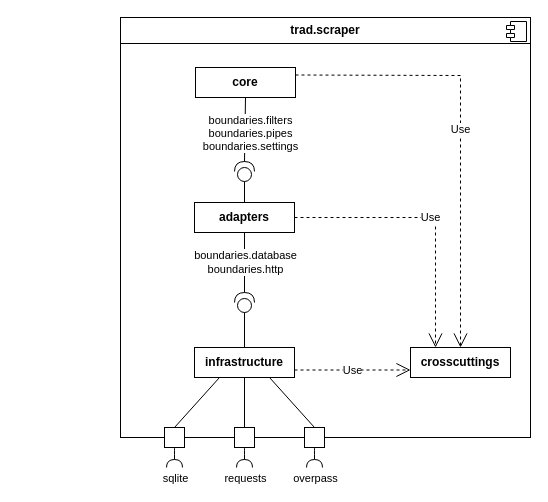
The draw.io diagram doc/architecture/scraper/bbview_level2.drawio in aardjon/trad, before the edit. Source tidied: cells renumbered, new cells numbered last; positions are measured from the earlier drawing's top-left corner, leaving out a move shared by most shapes. Both pictures are drawn from the tidied source at 100%, with x=0, y=0 at pixel (120, 17).
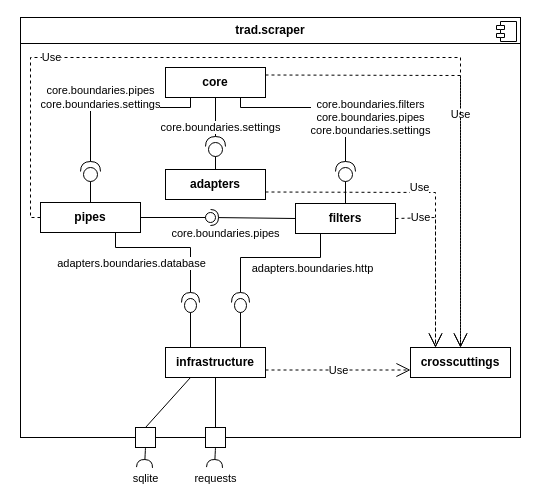
The same page after the edit.

Unchanged cells that the change refers to:
```xml
<mxCell id="4" value="crosscuttings" style="html=1;whiteSpace=wrap;fontStyle=1;" parent="1" vertex="1">
  <mxGeometry x="290" y="330" width="100" height="30" as="geometry" />
</mxCell>
```

Diff of the diagram source:
```diff
@@
     <mxCell id="2" value="&lt;p style=&quot;margin:0px;margin-top:6px;text-align:center;&quot;&gt;&lt;b&gt;trad.scraper&lt;/b&gt;&lt;/p&gt;&lt;hr size=&quot;1&quot; style=&quot;border-style:solid;&quot;&gt;&lt;p style=&quot;margin:0px;margin-left:8px;&quot;&gt;&lt;br&gt;&lt;/p&gt;" style="align=left;overflow=fill;html=1;whiteSpace=wrap;" parent="1" vertex="1">
-      <mxGeometry width="410" height="420" as="geometry" />
+      <mxGeometry x="-100" width="500" height="420" as="geometry" />
     </mxCell>
@@
     <mxCell id="5" value="core" style="html=1;whiteSpace=wrap;fontStyle=1;" parent="1" vertex="1">
-      <mxGeometry x="75" y="50" width="100" height="30" as="geometry" />
+      <mxGeometry x="45" y="50" width="100" height="30" as="geometry" />
     </mxCell>
     <mxCell id="6" value="adapters" style="html=1;whiteSpace=wrap;fontStyle=1;" parent="1" vertex="1">
-      <mxGeometry x="74" y="185" width="100" height="30" as="geometry" />
+      <mxGeometry x="45" y="152" width="100" height="30" as="geometry" />
     </mxCell>
     <mxCell id="7" value="infrastructure" style="html=1;whiteSpace=wrap;fontStyle=1;" parent="1" vertex="1">
-      <mxGeometry x="74" y="330" width="100" height="30" as="geometry" />
+      <mxGeometry x="45" y="330" width="100" height="30" as="geometry" />
     </mxCell>
@@
-    <mxCell id="9" value="Use" style="endArrow=open;endSize=12;dashed=1;html=1;rounded=0;exitX=1;exitY=0.5;exitDx=0;exitDy=0;entryX=0.25;entryY=0;entryDx=0;entryDy=0;" parent="1" edge="1" source="6" target="4">
-      <mxGeometry relative="1" as="geometry">
+    <mxCell id="9" value="Use" style="endArrow=open;endSize=12;dashed=1;html=1;rounded=0;exitX=1;exitY=0.75;exitDx=0;exitDy=0;entryX=0.25;entryY=0;entryDx=0;entryDy=0;" parent="1" edge="1" source="6" target="4">
+      <mxGeometry x="-0.05" y="5" relative="1" as="geometry">
         <Array as="points">
-          <mxPoint x="315" y="200" />
+          <mxPoint x="315" y="175" />
         </Array>
       </mxGeometry>
     </mxCell>
@@
     <mxCell id="11" style="shape=providedRequiredInterface;html=1;verticalLabelPosition=bottom;sketch=0;rotation=-90;" parent="1" vertex="1">
-      <mxGeometry x="114" y="144" width="20" height="20" as="geometry" />
+      <mxGeometry x="85" y="119" width="20" height="20" as="geometry" />
     </mxCell>
-    <mxCell id="12" value="boundaries.filters&lt;div&gt;boundaries.pipes&lt;br&gt;boundaries.settings&lt;/div&gt;" style="endArrow=none;html=1;rounded=0;entryX=0.5;entryY=1;entryDx=0;entryDy=0;exitX=1;exitY=0.5;exitDx=0;exitDy=0;exitPerimeter=0;" parent="1" edge="1" source="11" target="5">
-      <mxGeometry x="-0.13" y="-6" relative="1" as="geometry" />
+    <mxCell id="12" value="&lt;div&gt;core.boundaries.settings&lt;br&gt;&lt;/div&gt;" style="endArrow=none;html=1;rounded=0;entryX=0.5;entryY=1;entryDx=0;entryDy=0;exitX=1;exitY=0.5;exitDx=0;exitDy=0;exitPerimeter=0;" parent="1" edge="1" source="11" target="5">
+      <mxGeometry x="-0.54" y="-5" relative="1" as="geometry" />
     </mxCell>
@@
     <mxCell id="14" style="shape=providedRequiredInterface;html=1;verticalLabelPosition=bottom;sketch=0;direction=south;rotation=-180;" parent="1" vertex="1">
-      <mxGeometry x="114" y="275" width="20" height="20" as="geometry" />
+      <mxGeometry x="61" y="275" width="18" height="20" as="geometry" />
     </mxCell>
-    <mxCell id="15" style="endArrow=none;html=1;rounded=0;entryX=0;entryY=0.5;entryDx=0;entryDy=0;entryPerimeter=0;exitX=0.5;exitY=0;exitDx=0;exitDy=0;" parent="1" edge="1" source="7" target="14">
+    <mxCell id="15" style="endArrow=none;html=1;rounded=0;entryX=0;entryY=0.5;entryDx=0;entryDy=0;entryPerimeter=0;exitX=0.25;exitY=0;exitDx=0;exitDy=0;" parent="1" edge="1" source="7" target="14">
       <mxGeometry relative="1" as="geometry" />
     </mxCell>
-    <mxCell id="16" style="endArrow=none;html=1;rounded=0;exitX=1;exitY=0.5;exitDx=0;exitDy=0;exitPerimeter=0;entryX=0.5;entryY=1;entryDx=0;entryDy=0;" parent="1" edge="1" source="14" target="6">
-      <mxGeometry relative="1" as="geometry" />
+    <mxCell id="16" style="endArrow=none;html=1;rounded=0;exitX=1;exitY=0.5;exitDx=0;exitDy=0;exitPerimeter=0;entryX=0.75;entryY=1;entryDx=0;entryDy=0;" parent="1" edge="1" source="14" target="32">
+      <mxGeometry relative="1" as="geometry">
+        <Array as="points">
+          <mxPoint x="70" y="230" />
+          <mxPoint x="-5" y="230" />
+        </Array>
+      </mxGeometry>
     </mxCell>
-    <mxCell id="17" value="boundaries.database&lt;br&gt;boundaries.http" style="edgeLabel;html=1;align=center;verticalAlign=middle;" parent="16" vertex="1">
+    <mxCell id="17" value="adapters.boundaries.database" style="edgeLabel;html=1;align=center;verticalAlign=middle;" parent="16" vertex="1">
       <mxGeometry x="-0.23" relative="1" as="geometry">
-        <mxPoint y="-8" as="offset" />
+        <mxPoint x="-53" y="15" as="offset" />
       </mxGeometry>
     </mxCell>
     <mxCell id="18" style="rounded=0;jettySize=auto;html=1;endArrow=halfCircle;endFill=0;endSize=6;strokeWidth=1;sketch=0;fontSize=12;curved=1;exitX=0.5;exitY=1;exitDx=0;exitDy=0;" parent="1" edge="1" source="21">
       <mxGeometry x="1" y="10" relative="1" as="geometry">
-        <mxPoint x="54" y="450" as="targetPoint" />
+        <mxPoint x="24" y="450" as="targetPoint" />
         <mxPoint x="-10" y="10" as="offset" />
       </mxGeometry>
     </mxCell>
@@
     <mxCell id="21" style="whiteSpace=wrap;html=1;" parent="1" vertex="1">
-      <mxGeometry x="44" y="410" width="20" height="20" as="geometry" />
+      <mxGeometry x="15" y="410" width="20" height="20" as="geometry" />
     </mxCell>
     <mxCell id="22" style="rounded=0;jettySize=auto;html=1;endArrow=halfCircle;endFill=0;endSize=6;strokeWidth=1;sketch=0;fontSize=12;curved=1;exitX=0.5;exitY=1;exitDx=0;exitDy=0;" parent="1" edge="1" source="24">
       <mxGeometry x="1" y="10" relative="1" as="geometry">
-        <mxPoint x="124" y="450" as="targetPoint" />
+        <mxPoint x="94" y="450" as="targetPoint" />
         <mxPoint x="-10" y="10" as="offset" />
       </mxGeometry>
     </mxCell>
@@
     <mxCell id="24" style="whiteSpace=wrap;html=1;" parent="1" vertex="1">
-      <mxGeometry x="114" y="410" width="20" height="20" as="geometry" />
+      <mxGeometry x="85" y="410" width="20" height="20" as="geometry" />
     </mxCell>
-    <mxCell id="25" style="rounded=0;jettySize=auto;html=1;endArrow=halfCircle;endFill=0;endSize=6;strokeWidth=1;sketch=0;fontSize=12;curved=1;exitX=0.5;exitY=1;exitDx=0;exitDy=0;" parent="1" edge="1" source="27">
-      <mxGeometry x="1" y="10" relative="1" as="geometry">
-        <mxPoint x="194" y="450" as="targetPoint" />
-        <mxPoint x="-10" y="10" as="offset" />
-      </mxGeometry>
-    </mxCell>
-    <mxCell id="26" value="overpass" style="edgeLabel;html=1;align=center;verticalAlign=middle;" parent="25" vertex="1">
-      <mxGeometry x="0.27" y="5" relative="1" as="geometry">
-        <mxPoint x="-5" y="17" as="offset" />
-      </mxGeometry>
-    </mxCell>
-    <mxCell id="27" style="whiteSpace=wrap;html=1;" parent="1" vertex="1">
-      <mxGeometry x="184" y="410" width="20" height="20" as="geometry" />
-    </mxCell>
@@
-    <mxCell id="30" style="endArrow=none;html=1;rounded=0;entryX=0.75;entryY=1;entryDx=0;entryDy=0;exitX=0.5;exitY=0;exitDx=0;exitDy=0;" parent="1" edge="1" source="27" target="7">
-      <mxGeometry relative="1" as="geometry" />
-    </mxCell>
+    <mxCell id="31" value="filters" style="html=1;whiteSpace=wrap;fontStyle=1;" parent="1" vertex="1">
+      <mxGeometry x="175" y="186" width="100" height="30" as="geometry" />
+    </mxCell>
+    <mxCell id="32" value="pipes" style="html=1;whiteSpace=wrap;fontStyle=1;" parent="1" vertex="1">
+      <mxGeometry x="-80" y="185" width="100" height="30" as="geometry" />
+    </mxCell>
+    <mxCell id="33" style="shape=providedRequiredInterface;html=1;verticalLabelPosition=bottom;sketch=0;rotation=-90;" parent="1" vertex="1">
+      <mxGeometry x="-40" y="144" width="20" height="20" as="geometry" />
+    </mxCell>
+    <mxCell id="34" value="core.boundaries.pipes&lt;br&gt;&lt;div&gt;core.boundaries.settings&lt;br&gt;&lt;/div&gt;" style="endArrow=none;html=1;rounded=0;entryX=0.25;entryY=1;entryDx=0;entryDy=0;exitX=1;exitY=0.5;exitDx=0;exitDy=0;exitPerimeter=0;" parent="1" edge="1" source="33" target="5">
+      <mxGeometry x="-0.22" y="10" relative="1" as="geometry">
+        <Array as="points">
+          <mxPoint x="-30" y="90" />
+          <mxPoint x="70" y="90" />
+        </Array>
+      </mxGeometry>
+    </mxCell>
+    <mxCell id="35" style="endArrow=none;html=1;rounded=0;entryX=0;entryY=0.5;entryDx=0;entryDy=0;entryPerimeter=0;exitX=0.5;exitY=0;exitDx=0;exitDy=0;" parent="1" edge="1" source="32" target="33">
+      <mxGeometry relative="1" as="geometry" />
+    </mxCell>
+    <mxCell id="36" style="shape=providedRequiredInterface;html=1;verticalLabelPosition=bottom;sketch=0;rotation=-90;" parent="1" vertex="1">
+      <mxGeometry x="215" y="144" width="20" height="20" as="geometry" />
+    </mxCell>
+    <mxCell id="37" value="core.boundaries.filters&lt;br&gt;&lt;div&gt;core.boundaries.pipes&lt;/div&gt;&lt;div&gt;core.boundaries.settings&lt;/div&gt;" style="endArrow=none;html=1;rounded=0;entryX=0.75;entryY=1;entryDx=0;entryDy=0;exitX=1;exitY=0.5;exitDx=0;exitDy=0;exitPerimeter=0;" parent="1" edge="1" source="36" target="5">
+      <mxGeometry x="-0.48" y="-25" relative="1" as="geometry">
+        <Array as="points">
+          <mxPoint x="225" y="90" />
+          <mxPoint x="120" y="90" />
+        </Array>
+      </mxGeometry>
+    </mxCell>
+    <mxCell id="38" style="endArrow=none;html=1;rounded=0;entryX=0;entryY=0.5;entryDx=0;entryDy=0;entryPerimeter=0;exitX=0.5;exitY=0;exitDx=0;exitDy=0;" parent="1" edge="1" source="31" target="36">
+      <mxGeometry relative="1" as="geometry" />
+    </mxCell>
+    <mxCell id="39" value="Use" style="endArrow=open;endSize=12;dashed=1;html=1;rounded=0;exitX=1;exitY=0.5;exitDx=0;exitDy=0;entryX=0.25;entryY=0;entryDx=0;entryDy=0;" parent="1" edge="1" source="31" target="4">
+      <mxGeometry x="-0.71" relative="1" as="geometry">
+        <Array as="points">
+          <mxPoint x="315" y="200" />
+        </Array>
+      </mxGeometry>
+    </mxCell>
+    <mxCell id="40" value="Use" style="endArrow=open;endSize=12;dashed=1;html=1;rounded=0;exitX=0;exitY=0.5;exitDx=0;exitDy=0;entryX=0.5;entryY=0;entryDx=0;entryDy=0;" parent="1" edge="1" source="32" target="4">
+      <mxGeometry x="-0.57" relative="1" as="geometry">
+        <Array as="points">
+          <mxPoint x="-90" y="200" />
+          <mxPoint x="-90" y="40" />
+          <mxPoint x="340" y="40" />
+        </Array>
+      </mxGeometry>
+    </mxCell>
+    <mxCell id="41" style="shape=providedRequiredInterface;html=1;verticalLabelPosition=bottom;sketch=0;direction=south;rotation=-180;" parent="1" vertex="1">
+      <mxGeometry x="111" y="275" width="18" height="20" as="geometry" />
+    </mxCell>
+    <mxCell id="42" style="endArrow=none;html=1;rounded=0;entryX=0;entryY=0.5;entryDx=0;entryDy=0;entryPerimeter=0;exitX=0.75;exitY=0;exitDx=0;exitDy=0;" parent="1" edge="1" source="7" target="41">
+      <mxGeometry relative="1" as="geometry" />
+    </mxCell>
+    <mxCell id="43" style="endArrow=none;html=1;rounded=0;exitX=1;exitY=0.5;exitDx=0;exitDy=0;exitPerimeter=0;entryX=0.25;entryY=1;entryDx=0;entryDy=0;" parent="1" edge="1" source="41" target="31">
+      <mxGeometry relative="1" as="geometry">
+        <Array as="points">
+          <mxPoint x="120" y="240" />
+          <mxPoint x="200" y="240" />
+        </Array>
+      </mxGeometry>
+    </mxCell>
+    <mxCell id="44" value="adapters.boundaries.http" style="edgeLabel;html=1;align=center;verticalAlign=middle;" parent="43" vertex="1">
+      <mxGeometry x="-0.23" relative="1" as="geometry">
+        <mxPoint x="52" y="10" as="offset" />
+      </mxGeometry>
+    </mxCell>
+    <mxCell id="45" style="rounded=0;jettySize=auto;html=1;endArrow=halfCircle;endFill=0;endSize=6;strokeWidth=1;sketch=0;exitX=0;exitY=0.5;exitDx=0;exitDy=0;" parent="1" edge="1" source="31">
+      <mxGeometry relative="1" as="geometry">
+        <mxPoint x="90" y="200" as="targetPoint" />
+      </mxGeometry>
+    </mxCell>
+    <mxCell id="46" style="rounded=0;jettySize=auto;html=1;endArrow=oval;endFill=0;sketch=0;sourcePerimeterSpacing=0;targetPerimeterSpacing=0;endSize=10;exitX=1;exitY=0.5;exitDx=0;exitDy=0;" parent="1" edge="1" source="32">
+      <mxGeometry relative="1" as="geometry">
+        <mxPoint x="90" y="200" as="targetPoint" />
+      </mxGeometry>
+    </mxCell>
+    <mxCell id="47" value="core.boundaries.pipes" style="edgeLabel;html=1;align=center;verticalAlign=middle;" parent="46" vertex="1">
+      <mxGeometry x="0.46" relative="1" as="geometry">
+        <mxPoint x="33" y="15" as="offset" />
+      </mxGeometry>
+    </mxCell>
```
